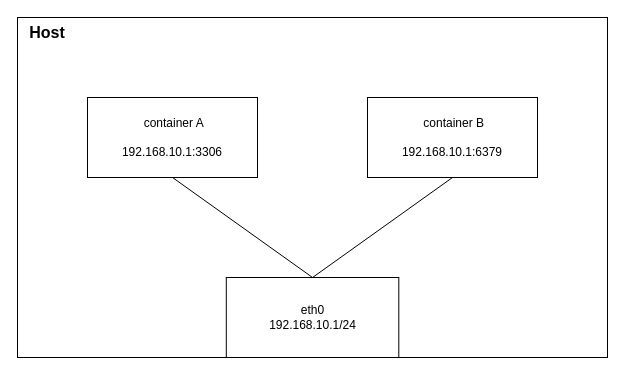
Before: drawio/network/Docker网络.drawio in hezhuma/image-repo, a draw.io diagram. Source tidied: cells renumbered, new cells numbered last; positions are measured from the earlier drawing's top-left corner, leaving out a move shared by most shapes. Both pictures are drawn from the tidied source at 100%, with x=0, y=0 at pixel (17, 17).
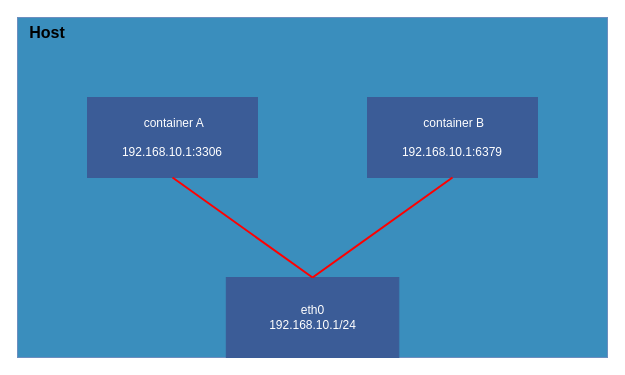
Above is the later version.

Diff of the diagram source:
```diff
@@
 <mxGraphModel>
   <root>
     <mxCell id="0" />
     <mxCell id="1" parent="0" />
-    <mxCell id="2" style="rounded=0;whiteSpace=wrap;html=1;" parent="1" vertex="1">
+    <mxCell id="2" style="rounded=0;whiteSpace=wrap;html=1;fillColor=#3A8EBD;strokeColor=#6c8ebf;" parent="1" vertex="1">
       <mxGeometry width="590" height="340" as="geometry" />
     </mxCell>
-    <mxCell id="3" value="&amp;nbsp;container A&lt;br&gt;&lt;br&gt;192.168.10.1:3306" style="rounded=0;whiteSpace=wrap;html=1;" parent="1" vertex="1">
+    <mxCell id="3" value="&lt;font color=&quot;#ffffff&quot;&gt;&amp;nbsp;container A&lt;br&gt;&lt;br&gt;192.168.10.1:3306&lt;/font&gt;" style="rounded=0;whiteSpace=wrap;html=1;fillColor=#3B5C97;strokeColor=#3B5C97;" parent="1" vertex="1">
       <mxGeometry x="70" y="80" width="170" height="80" as="geometry" />
     </mxCell>
-    <mxCell id="4" value="&amp;nbsp;container B&lt;br&gt;&lt;br&gt;192.168.10.1:6379" style="rounded=0;whiteSpace=wrap;html=1;" parent="1" vertex="1">
+    <mxCell id="4" value="&lt;font color=&quot;#ffffff&quot;&gt;&amp;nbsp;container B&lt;br&gt;&lt;br&gt;192.168.10.1:6379&lt;/font&gt;" style="rounded=0;whiteSpace=wrap;html=1;fillColor=#3B5C97;strokeColor=#3B5C97;" parent="1" vertex="1">
       <mxGeometry x="350" y="80" width="170" height="80" as="geometry" />
     </mxCell>
-    <mxCell id="5" value="eth0&lt;br&gt;192.168.10.1/24" style="rounded=0;whiteSpace=wrap;html=1;" parent="1" vertex="1">
+    <mxCell id="5" value="&lt;font color=&quot;#ffffff&quot;&gt;eth0&lt;br&gt;192.168.10.1/24&lt;/font&gt;" style="rounded=0;whiteSpace=wrap;html=1;fillColor=#3B5C97;strokeColor=#3B5C97;" parent="1" vertex="1">
       <mxGeometry x="208.8" y="260" width="172.5" height="80" as="geometry" />
     </mxCell>
-    <mxCell id="6" style="endArrow=none;html=1;rounded=0;exitX=0.5;exitY=1;exitDx=0;exitDy=0;entryX=0.5;entryY=0;entryDx=0;entryDy=0;" parent="1" edge="1" source="3" target="5">
+    <mxCell id="6" style="endArrow=none;html=1;rounded=0;exitX=0.5;exitY=1;exitDx=0;exitDy=0;entryX=0.5;entryY=0;entryDx=0;entryDy=0;strokeWidth=2;strokeColor=#FF0000;" parent="1" edge="1" source="3" target="5">
       <mxGeometry relative="1" as="geometry" />
     </mxCell>
-    <mxCell id="7" style="endArrow=none;html=1;rounded=0;exitX=0.5;exitY=1;exitDx=0;exitDy=0;entryX=0.5;entryY=0;entryDx=0;entryDy=0;" parent="1" edge="1" source="4" target="5">
+    <mxCell id="7" style="endArrow=none;html=1;rounded=0;exitX=0.5;exitY=1;exitDx=0;exitDy=0;entryX=0.5;entryY=0;entryDx=0;entryDy=0;strokeWidth=2;strokeColor=#FF0000;" parent="1" edge="1" source="4" target="5">
       <mxGeometry relative="1" as="geometry" />
     </mxCell>
     <mxCell id="8" value="&lt;b&gt;&lt;font style=&quot;font-size: 16px;&quot;&gt;Host&lt;/font&gt;&lt;/b&gt;" style="text;html=1;strokeColor=none;fillColor=none;align=center;verticalAlign=middle;whiteSpace=wrap;rounded=0;" parent="1" vertex="1">
       <mxGeometry width="60" height="30" as="geometry" />
     </mxCell>
   </root>
 </mxGraphModel>
```
